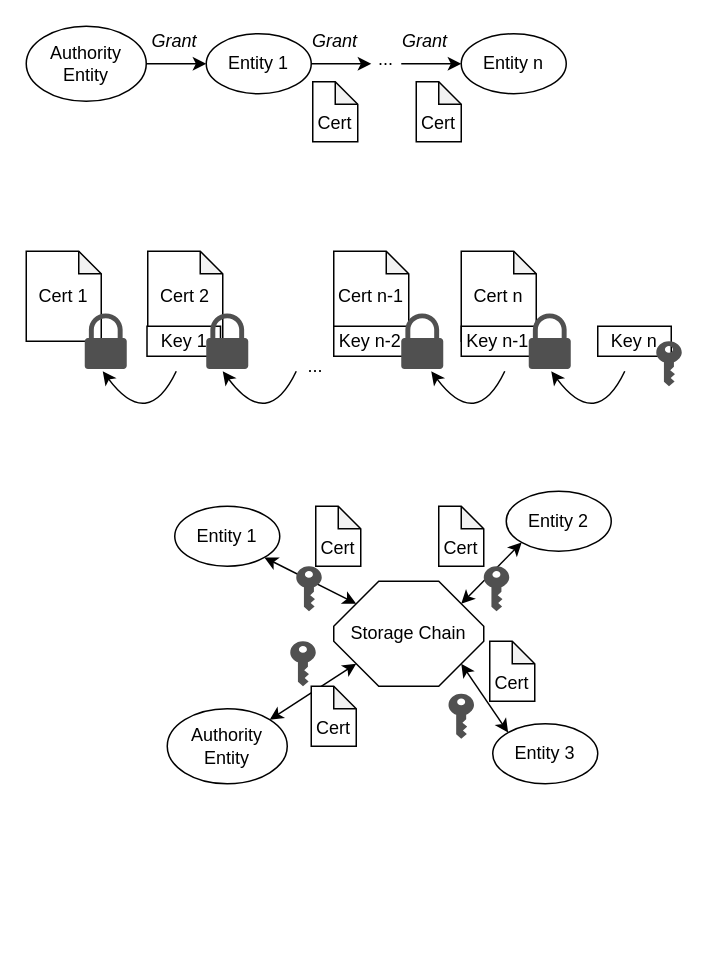
Above: ChainPer.drawio in CBackyx/ImageHosting (draw.io), before the change. Source tidied: cells renumbered, new cells numbered last; positions are measured from the earlier drawing's top-left corner, leaving out a move shared by most shapes. Both pictures are drawn from the tidied source at 150%, with x=0, y=0 at pixel (26, 26).
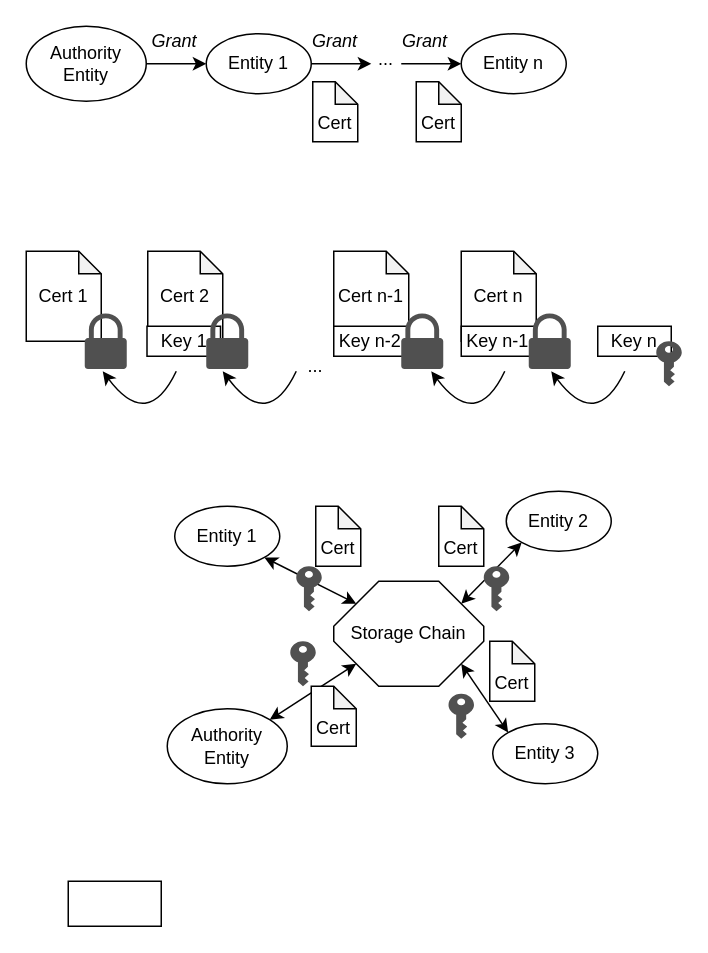
After the change.

What changed in the source:
```diff
@@
+    <mxCell id="49" style="rounded=0;whiteSpace=wrap;html=1;" parent="1" vertex="1">
+      <mxGeometry x="28" y="570" width="62" height="30" as="geometry" />
+    </mxCell>
```
